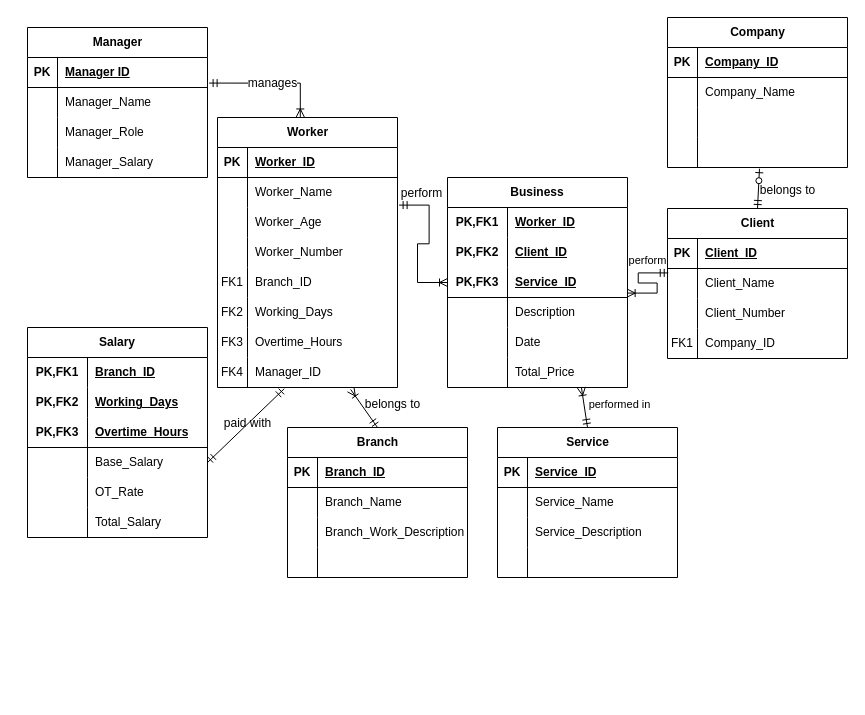
The draw.io diagram wia2001assg.drawio in justn0thinghere/drawio, before the edit. Source tidied: cells renumbered, new cells numbered last; positions are measured from the earlier drawing's top-left corner, leaving out a move shared by most shapes. Both pictures are drawn from the tidied source at 100%, with x=0, y=0 at pixel (27, 17).
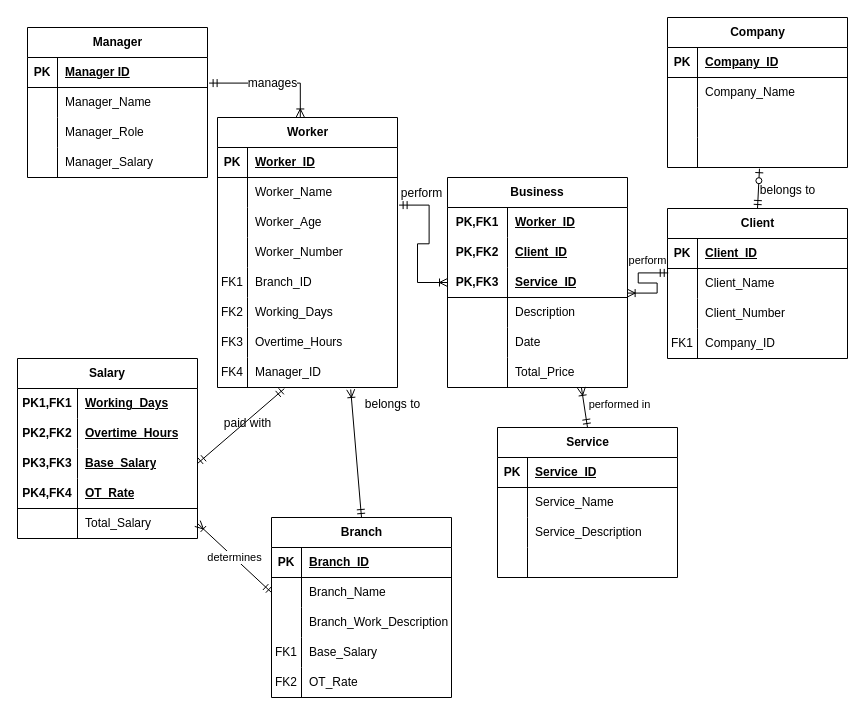
After the change.

The change refers to these unchanged cells:
```xml
<mxCell id="56" style="shape=tableRow;horizontal=0;startSize=0;swimlaneHead=0;swimlaneBody=0;fillColor=none;points=[[0,0.5],[1,0.5]];portConstraint=eastwest;top=0;left=0;right=0;bottom=0;" parent="34" vertex="1">
  <mxGeometry y="240" width="180" height="30" as="geometry" />
</mxCell>
<mxCell id="63" style="shape=tableRow;horizontal=0;startSize=0;swimlaneHead=0;swimlaneBody=0;fillColor=none;points=[[0,0.5],[1,0.5]];portConstraint=eastwest;top=0;left=0;right=0;bottom=0;" parent="59" vertex="1">
  <mxGeometry y="60" width="180" height="30" as="geometry" />
</mxCell>
<mxCell id="69" style="shape=tableRow;horizontal=0;startSize=0;swimlaneHead=0;swimlaneBody=0;fillColor=none;top=0;left=0;right=0;bottom=0;" parent="59" vertex="1">
  <mxGeometry y="120" width="180" height="30" as="geometry" />
</mxCell>
<mxCell id="73" style="shape=tableRow;horizontal=0;startSize=0;swimlaneHead=0;swimlaneBody=0;fillColor=none;top=0;left=0;right=0;bottom=0;html=1;" parent="72" vertex="1">
  <mxGeometry y="30" width="180" height="30" as="geometry" />
</mxCell>
<mxCell id="76" style="shape=tableRow;horizontal=0;startSize=0;swimlaneHead=0;swimlaneBody=0;fillColor=none;top=0;left=0;right=0;bottom=0;html=1;" parent="72" vertex="1">
  <mxGeometry y="60" width="180" height="30" as="geometry" />
</mxCell>
```

What changed in the source:
```diff
@@
     <mxCell id="59" value="Branch" style="shape=table;startSize=30;childLayout=tableLayout;rowLines=0;fontStyle=1;align=center;html=1;" parent="1" vertex="1">
-      <mxGeometry x="260" y="410" width="180" height="150" as="geometry" />
+      <mxGeometry x="244" y="500" width="180" height="180" as="geometry" />
     </mxCell>
@@
-    <mxCell id="70" style="shape=partialRectangle;fillColor=none;top=0;left=0;bottom=0;right=0;overflow=hidden;whiteSpace=wrap;html=1;" parent="69" vertex="1">
+    <mxCell id="70" value="FK1" style="shape=partialRectangle;fillColor=none;top=0;left=0;bottom=0;right=0;overflow=hidden;whiteSpace=wrap;html=1;" parent="69" vertex="1">
       <mxGeometry width="30" height="30" as="geometry" />
     </mxCell>
-    <mxCell id="71" style="shape=partialRectangle;fillColor=none;top=0;left=0;bottom=0;right=0;align=left;spacingLeft=6;overflow=hidden;whiteSpace=wrap;html=1;" parent="69" vertex="1">
+    <mxCell id="71" value="Base_Salary" style="shape=partialRectangle;fillColor=none;top=0;left=0;bottom=0;right=0;align=left;spacingLeft=6;overflow=hidden;whiteSpace=wrap;html=1;" parent="69" vertex="1">
       <mxGeometry x="30" width="150" height="30" as="geometry" />
     </mxCell>
+    <mxCell id="143" style="shape=tableRow;horizontal=0;startSize=0;swimlaneHead=0;swimlaneBody=0;fillColor=none;top=0;left=0;right=0;bottom=0;" parent="59" vertex="1">
+      <mxGeometry y="150" width="180" height="30" as="geometry" />
+    </mxCell>
+    <mxCell id="144" value="FK2" style="shape=partialRectangle;fillColor=none;top=0;left=0;bottom=0;right=0;overflow=hidden;whiteSpace=wrap;html=1;" parent="143" vertex="1">
+      <mxGeometry width="30" height="30" as="geometry" />
+    </mxCell>
+    <mxCell id="87" value="OT_Rate" style="shape=partialRectangle;fillColor=none;top=0;left=0;bottom=0;right=0;align=left;spacingLeft=6;overflow=hidden;whiteSpace=wrap;html=1;" parent="143" vertex="1">
+      <mxGeometry x="30" width="150" height="30" as="geometry" />
+    </mxCell>
     <mxCell id="72" value="Salary" style="shape=table;startSize=30;childLayout=tableLayout;rowLines=0;fontStyle=1;align=center;html=1;whiteSpace=wrap;" parent="1" vertex="1">
-      <mxGeometry y="310" width="180" height="210" as="geometry" />
+      <mxGeometry x="-10" y="341" width="180" height="180" as="geometry" />
     </mxCell>
@@
-    <mxCell id="74" value="PK,FK1" style="shape=partialRectangle;fillColor=none;top=0;left=0;bottom=0;right=0;fontStyle=1;overflow=hidden;html=1;whiteSpace=wrap;" parent="73" vertex="1">
-      <mxGeometry width="60" height="30" as="geometry" />
-    </mxCell>
-    <mxCell id="75" value="Branch_ID" style="shape=partialRectangle;fillColor=none;top=0;left=0;bottom=0;right=0;align=left;spacingLeft=6;fontStyle=5;overflow=hidden;html=1;whiteSpace=wrap;" parent="73" vertex="1">
-      <mxGeometry x="60" width="120" height="30" as="geometry" />
-    </mxCell>
+    <mxCell id="145" value="PK1,FK1" style="shape=partialRectangle;fillColor=none;top=0;left=0;bottom=0;right=0;fontStyle=1;overflow=hidden;html=1;whiteSpace=wrap;" parent="73" vertex="1">
+      <mxGeometry width="60" height="30" as="geometry" />
+    </mxCell>
+    <mxCell id="146" value="Working_Days" style="shape=partialRectangle;fillColor=none;top=0;left=0;bottom=0;right=0;align=left;spacingLeft=6;fontStyle=5;overflow=hidden;html=1;whiteSpace=wrap;" parent="73" vertex="1">
+      <mxGeometry x="60" width="120" height="30" as="geometry" />
+    </mxCell>
@@
-    <mxCell id="77" value="PK,FK2" style="shape=partialRectangle;fillColor=none;top=0;left=0;bottom=0;right=0;fontStyle=1;overflow=hidden;html=1;whiteSpace=wrap;" parent="76" vertex="1">
+    <mxCell id="77" value="PK2,FK2" style="shape=partialRectangle;fillColor=none;top=0;left=0;bottom=0;right=0;fontStyle=1;overflow=hidden;html=1;whiteSpace=wrap;" parent="76" vertex="1">
       <mxGeometry width="60" height="30" as="geometry" />
     </mxCell>
-    <mxCell id="78" value="Working_Days" style="shape=partialRectangle;fillColor=none;top=0;left=0;bottom=0;right=0;align=left;spacingLeft=6;fontStyle=5;overflow=hidden;html=1;whiteSpace=wrap;" parent="76" vertex="1">
+    <mxCell id="78" value="Overtime_Hours" style="shape=partialRectangle;fillColor=none;top=0;left=0;bottom=0;right=0;align=left;spacingLeft=6;fontStyle=5;overflow=hidden;html=1;whiteSpace=wrap;" parent="76" vertex="1">
       <mxGeometry x="60" width="120" height="30" as="geometry" />
     </mxCell>
+    <mxCell id="147" style="shape=tableRow;horizontal=0;startSize=0;swimlaneHead=0;swimlaneBody=0;fillColor=none;points=[[0,0.5],[1,0.5]];portConstraint=eastwest;top=0;left=0;right=0;bottom=0;html=1;" parent="72" vertex="1">
+      <mxGeometry y="90" width="180" height="30" as="geometry" />
+    </mxCell>
+    <mxCell id="148" value="PK3,FK3" style="shape=partialRectangle;fillColor=none;top=0;left=0;bottom=0;right=0;fontStyle=1;overflow=hidden;html=1;whiteSpace=wrap;" parent="147" vertex="1">
+      <mxGeometry width="60" height="30" as="geometry" />
+    </mxCell>
+    <mxCell id="84" value="Base_Salary" style="shape=partialRectangle;fillColor=none;top=0;left=0;bottom=0;right=0;align=left;spacingLeft=6;fontStyle=5;overflow=hidden;html=1;whiteSpace=wrap;" parent="147" vertex="1">
+      <mxGeometry x="60" width="120" height="30" as="geometry" />
+    </mxCell>
     <mxCell id="79" style="shape=tableRow;horizontal=0;startSize=0;swimlaneHead=0;swimlaneBody=0;fillColor=none;top=0;left=0;right=0;bottom=1;html=1;" parent="72" vertex="1">
-      <mxGeometry y="90" width="180" height="30" as="geometry" />
+      <mxGeometry y="120" width="180" height="30" as="geometry" />
     </mxCell>
-    <mxCell id="80" value="PK,FK3" style="shape=partialRectangle;fillColor=none;top=0;left=0;bottom=0;right=0;fontStyle=1;overflow=hidden;html=1;whiteSpace=wrap;" parent="79" vertex="1">
+    <mxCell id="80" value="PK4,FK4" style="shape=partialRectangle;fillColor=none;top=0;left=0;bottom=0;right=0;fontStyle=1;overflow=hidden;html=1;whiteSpace=wrap;" parent="79" vertex="1">
       <mxGeometry width="60" height="30" as="geometry" />
     </mxCell>
-    <mxCell id="81" value="Overtime_Hours" style="shape=partialRectangle;fillColor=none;top=0;left=0;bottom=0;right=0;align=left;spacingLeft=6;fontStyle=5;overflow=hidden;html=1;whiteSpace=wrap;" parent="79" vertex="1">
+    <mxCell id="81" value="OT_Rate" style="shape=partialRectangle;fillColor=none;top=0;left=0;bottom=0;right=0;align=left;spacingLeft=6;fontStyle=5;overflow=hidden;html=1;whiteSpace=wrap;" parent="79" vertex="1">
       <mxGeometry x="60" width="120" height="30" as="geometry" />
     </mxCell>
-    <mxCell id="82" style="shape=tableRow;horizontal=0;startSize=0;swimlaneHead=0;swimlaneBody=0;fillColor=none;points=[[0,0.5],[1,0.5]];portConstraint=eastwest;top=0;left=0;right=0;bottom=0;html=1;" parent="72" vertex="1">
-      <mxGeometry y="120" width="180" height="30" as="geometry" />
-    </mxCell>
-    <mxCell id="83" style="shape=partialRectangle;fillColor=none;top=0;left=0;bottom=0;right=0;overflow=hidden;html=1;whiteSpace=wrap;" parent="82" vertex="1">
-      <mxGeometry width="60" height="30" as="geometry" />
-    </mxCell>
-    <mxCell id="84" value="Base_Salary" style="shape=partialRectangle;fillColor=none;top=0;left=0;bottom=0;right=0;align=left;spacingLeft=6;overflow=hidden;html=1;whiteSpace=wrap;" parent="82" vertex="1">
-      <mxGeometry x="60" width="120" height="30" as="geometry" />
-    </mxCell>
-    <mxCell id="85" style="shape=tableRow;horizontal=0;startSize=0;swimlaneHead=0;swimlaneBody=0;fillColor=none;top=0;left=0;right=0;bottom=0;html=1;" parent="72" vertex="1">
-      <mxGeometry y="150" width="180" height="30" as="geometry" />
-    </mxCell>
-    <mxCell id="86" style="shape=partialRectangle;fillColor=none;top=0;left=0;bottom=0;right=0;overflow=hidden;html=1;whiteSpace=wrap;" parent="85" vertex="1">
-      <mxGeometry width="60" height="30" as="geometry" />
-    </mxCell>
-    <mxCell id="87" value="OT_Rate" style="shape=partialRectangle;fillColor=none;top=0;left=0;bottom=0;right=0;align=left;spacingLeft=6;overflow=hidden;html=1;whiteSpace=wrap;" parent="85" vertex="1">
-      <mxGeometry x="60" width="120" height="30" as="geometry" />
-    </mxCell>
     <mxCell id="88" style="shape=tableRow;horizontal=0;startSize=0;swimlaneHead=0;swimlaneBody=0;fillColor=none;points=[[0,0.5],[1,0.5]];portConstraint=eastwest;top=0;left=0;right=0;bottom=0;html=1;" parent="72" vertex="1">
-      <mxGeometry y="180" width="180" height="30" as="geometry" />
+      <mxGeometry y="150" width="180" height="30" as="geometry" />
     </mxCell>
@@
-    <mxCell id="134" style="fontSize=12;html=1;endArrow=ERmandOne;startArrow=ERmandOne;rounded=0;entryX=0.371;entryY=1.04;entryDx=0;entryDy=0;entryPerimeter=0;exitX=1;exitY=0.5;exitDx=0;exitDy=0;" parent="1" edge="1" source="82" target="56">
+    <mxCell id="134" style="fontSize=12;html=1;endArrow=ERmandOne;startArrow=ERmandOne;rounded=0;entryX=0.371;entryY=1.04;entryDx=0;entryDy=0;entryPerimeter=0;exitX=1;exitY=0.5;exitDx=0;exitDy=0;" parent="1" edge="1" source="147" target="56">
       <mxGeometry relative="1" as="geometry" />
     </mxCell>
@@
+    <mxCell id="149" value="determines" style="endArrow=ERoneToMany;html=1;rounded=0;entryX=1;entryY=0.5;entryDx=0;entryDy=0;exitX=0;exitY=0.5;exitDx=0;exitDy=0;startArrow=ERmandOne;startFill=0;endFill=0;" parent="1" edge="1" source="63" target="88">
+      <mxGeometry relative="1" as="geometry" />
+    </mxCell>
```
